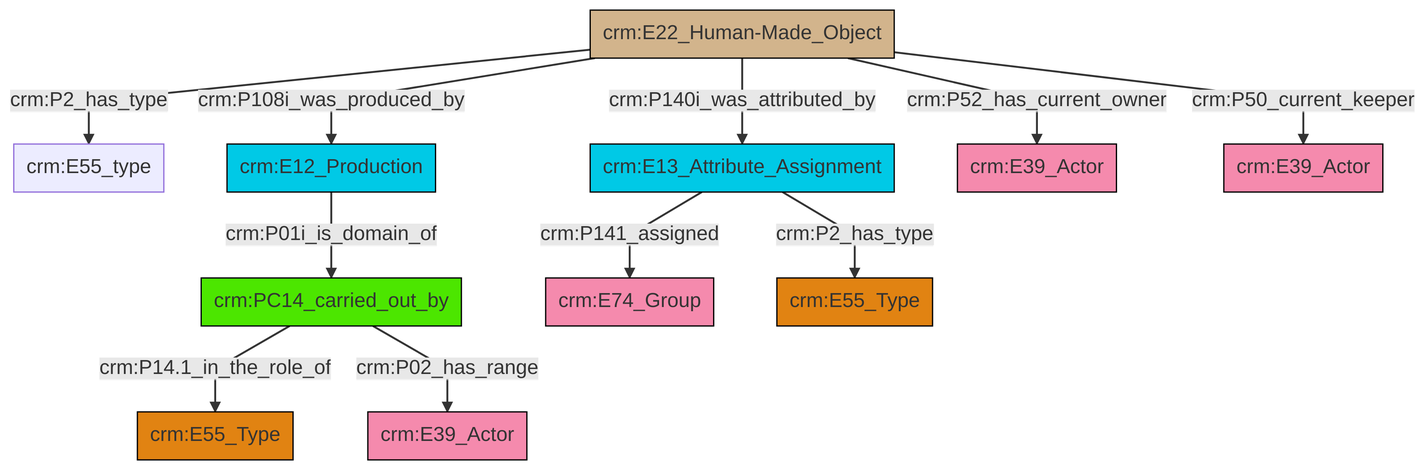
Before: et/artworkCSV/ttl/mmd/png/Artwork_Actor_Relations.png, a diagram exported from Mermaid (swiss-art-research-net/docs.swissartresearch). Its source is kept beside it as et/artworkCSV/ttl/mmd/Artwork_Actor_Relations.ttl.mmd.
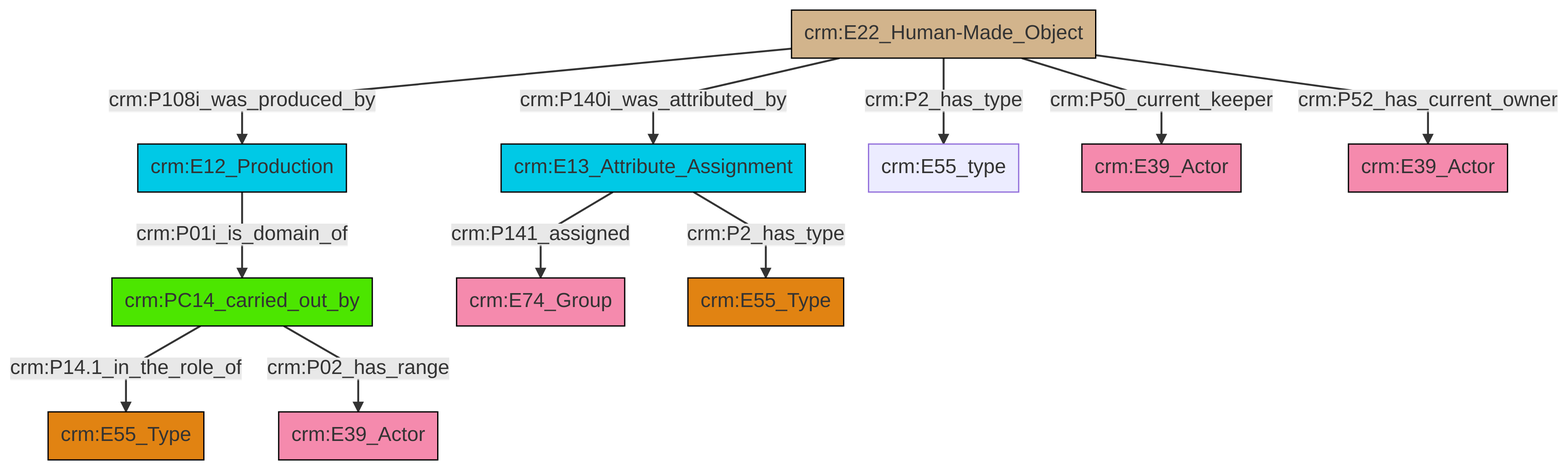
Later version of the same file.

Change to the diagram source:
```diff
@@ -13,13 +13,13 @@
 classDef PC_Classes fill:#4ce600, stroke:#000000;
 classDef Multi fill:#cccccc,stroke:#000000;
 
-0["crm:PC14_carried_out_by"]:::PC_Classes -->|crm:P14.1_in_the_role_of| 1["crm:E55_Type"]:::Type
-4["crm:E22_Human-Made_Object"]:::Physical_Thing -->|crm:P2_has_type| 5["crm:E55_type"]:::Default
-6["crm:E13_Attribute_Assignment"]:::Temporal_Entity -->|crm:P2_has_type| 7["crm:E55_Type"]:::Type
-4["crm:E22_Human-Made_Object"]:::Physical_Thing -->|crm:P108i_was_produced_by| 10["crm:E12_Production"]:::Temporal_Entity
-10["crm:E12_Production"]:::Temporal_Entity -->|crm:P01i_is_domain_of| 0["crm:PC14_carried_out_by"]:::PC_Classes
-4["crm:E22_Human-Made_Object"]:::Physical_Thing -->|crm:P52_has_current_owner| 11["crm:E39_Actor"]:::Actor
-0["crm:PC14_carried_out_by"]:::PC_Classes -->|crm:P02_has_range| 16["crm:E39_Actor"]:::Actor
-6["crm:E13_Attribute_Assignment"]:::Temporal_Entity -->|crm:P141_assigned| 2["crm:E74_Group"]:::Actor
-4["crm:E22_Human-Made_Object"]:::Physical_Thing -->|crm:P140i_was_attributed_by| 6["crm:E13_Attribute_Assignment"]:::Temporal_Entity
-4["crm:E22_Human-Made_Object"]:::Physical_Thing -->|crm:P50_current_keeper| 17["crm:E39_Actor"]:::Actor
+0["crm:E12_Production"]:::Temporal_Entity -->|crm:P01i_is_domain_of| 1["crm:PC14_carried_out_by"]:::PC_Classes
+2["crm:E22_Human-Made_Object"]:::Physical_Thing -->|crm:P108i_was_produced_by| 0["crm:E12_Production"]:::Temporal_Entity
+1["crm:PC14_carried_out_by"]:::PC_Classes -->|crm:P14.1_in_the_role_of| 4["crm:E55_Type"]:::Type
+5["crm:E13_Attribute_Assignment"]:::Temporal_Entity -->|crm:P141_assigned| 6["crm:E74_Group"]:::Actor
+2["crm:E22_Human-Made_Object"]:::Physical_Thing -->|crm:P2_has_type| 7["crm:E55_type"]:::Default
+2["crm:E22_Human-Made_Object"]:::Physical_Thing -->|crm:P50_current_keeper| 11["crm:E39_Actor"]:::Actor
+5["crm:E13_Attribute_Assignment"]:::Temporal_Entity -->|crm:P2_has_type| 16["crm:E55_Type"]:::Type
+1["crm:PC14_carried_out_by"]:::PC_Classes -->|crm:P02_has_range| 14["crm:E39_Actor"]:::Actor
+2["crm:E22_Human-Made_Object"]:::Physical_Thing -->|crm:P52_has_current_owner| 18["crm:E39_Actor"]:::Actor
+2["crm:E22_Human-Made_Object"]:::Physical_Thing -->|crm:P140i_was_attributed_by| 5["crm:E13_Attribute_Assignment"]:::Temporal_Entity
```
